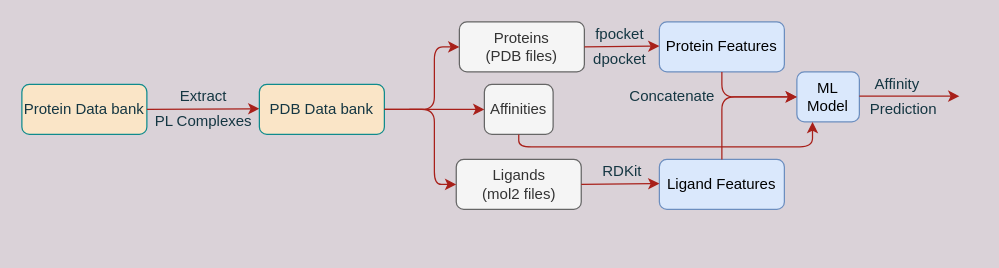
The draw.io diagram MLPipeline.drawio in abduskhazi/PL-Binding-Affinity-Prediction-using-ML, before the edit. Source tidied: cells renumbered, new cells numbered last; positions are measured from the earlier drawing's top-left corner, leaving out a move shared by most shapes. Both pictures are drawn from the tidied source at 125%, with x=0, y=0 at pixel (21, 21).
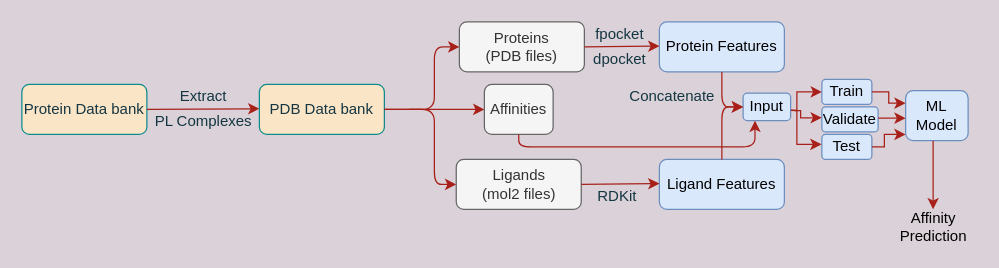
The same page after the edit.

Commit message (it also covers changes not shown here):
Adding train test validate split in project overview.

Change to the diagram source:
```diff
@@
-    <mxCell id="13" value="ML Model" style="rounded=1;whiteSpace=wrap;html=1;fillColor=#dae8fc;strokeColor=#6c8ebf;" parent="1" vertex="1">
-      <mxGeometry x="620" y="40" width="50" height="40" as="geometry" />
+    <mxCell id="13" value="Input" style="rounded=1;whiteSpace=wrap;html=1;fillColor=#dae8fc;strokeColor=#6c8ebf;" parent="1" vertex="1">
+      <mxGeometry x="577" y="57" width="38" height="22" as="geometry" />
     </mxCell>
@@
     <mxCell id="16" value="RDKit" style="text;html=1;align=center;verticalAlign=middle;strokeColor=none;fillColor=none;fontColor=#143642;" parent="1" vertex="1">
-      <mxGeometry x="455" y="110" width="50" height="20" as="geometry" />
+      <mxGeometry x="451" y="130" width="50" height="20" as="geometry" />
     </mxCell>
@@
-    <mxCell id="25" style="edgeStyle=elbowEdgeStyle;elbow=vertical;endArrow=classic;html=1;rounded=1;sketch=0;fontColor=#143642;strokeColor=#A8201A;fillColor=#FAE5C7;curved=0;entryX=0;entryY=0.5;entryDx=0;entryDy=0;exitX=1;exitY=0.5;exitDx=0;exitDy=0;" parent="1" edge="1">
-      <mxGeometry relative="1" as="geometry">
-        <mxPoint x="670" y="59.4" as="sourcePoint" />
-        <mxPoint x="750" y="59.4" as="targetPoint" />
-        <Array as="points">
-          <mxPoint x="700" y="59.4" />
-          <mxPoint x="710" y="59.4" />
-          <mxPoint x="790" y="59.4" />
-        </Array>
-      </mxGeometry>
-    </mxCell>
-    <mxCell id="26" value="Affinity" style="text;html=1;align=center;verticalAlign=middle;strokeColor=none;fillColor=none;fontColor=#143642;" parent="1" vertex="1">
-      <mxGeometry x="675" y="40" width="50" height="20" as="geometry" />
-    </mxCell>
-    <mxCell id="27" value="Prediction" style="text;html=1;align=center;verticalAlign=middle;strokeColor=none;fillColor=none;fontColor=#143642;" parent="1" vertex="1">
-      <mxGeometry x="670" y="60" width="70" height="20" as="geometry" />
-    </mxCell>
+    <mxCell id="28" value="ML Model" style="rounded=1;whiteSpace=wrap;html=1;fillColor=#dae8fc;strokeColor=#6c8ebf;" parent="1" vertex="1">
+      <mxGeometry x="707" y="55" width="50" height="40" as="geometry" />
+    </mxCell>
+    <mxCell id="29" value="Train" style="rounded=1;whiteSpace=wrap;html=1;fillColor=#dae8fc;strokeColor=#6c8ebf;" parent="1" vertex="1">
+      <mxGeometry x="640" y="46" width="40" height="20" as="geometry" />
+    </mxCell>
+    <mxCell id="30" value="Test" style="rounded=1;whiteSpace=wrap;html=1;fillColor=#dae8fc;strokeColor=#6c8ebf;" parent="1" vertex="1">
+      <mxGeometry x="640" y="90" width="40" height="20" as="geometry" />
+    </mxCell>
+    <mxCell id="31" value="Validate" style="rounded=1;whiteSpace=wrap;html=1;fillColor=#dae8fc;strokeColor=#6c8ebf;" parent="1" vertex="1">
+      <mxGeometry x="640" y="68" width="45" height="20" as="geometry" />
+    </mxCell>
+    <mxCell id="32" style="endArrow=classic;html=1;rounded=0;edgeStyle=orthogonalEdgeStyle;entryX=0;entryY=0.5;entryDx=0;entryDy=0;strokeColor=#A8201A;exitX=1.002;exitY=0.631;exitDx=0;exitDy=0;exitPerimeter=0;" parent="1" edge="1" source="13" target="29">
+      <mxGeometry relative="1" as="geometry">
+        <Array as="points">
+          <mxPoint x="620" y="71" />
+          <mxPoint x="620" y="56" />
+        </Array>
+      </mxGeometry>
+    </mxCell>
+    <mxCell id="33" style="endArrow=classic;html=1;rounded=0;edgeStyle=orthogonalEdgeStyle;strokeColor=#A8201A;exitX=1.007;exitY=0.631;exitDx=0;exitDy=0;exitPerimeter=0;entryX=-0.002;entryY=0.435;entryDx=0;entryDy=0;entryPerimeter=0;" parent="1" edge="1" target="31">
+      <mxGeometry relative="1" as="geometry">
+        <mxPoint x="618.3" y="70.9" as="sourcePoint" />
+        <Array as="points">
+          <mxPoint x="623" y="71" />
+          <mxPoint x="623" y="77" />
+        </Array>
+      </mxGeometry>
+    </mxCell>
+    <mxCell id="34" style="endArrow=classic;html=1;rounded=0;edgeStyle=orthogonalEdgeStyle;entryX=-0.008;entryY=0.398;entryDx=0;entryDy=0;strokeColor=#A8201A;entryPerimeter=0;exitX=1.012;exitY=0.622;exitDx=0;exitDy=0;exitPerimeter=0;" parent="1" edge="1" source="13" target="30">
+      <mxGeometry relative="1" as="geometry">
+        <Array as="points">
+          <mxPoint x="620" y="71" />
+          <mxPoint x="620" y="98" />
+        </Array>
+      </mxGeometry>
+    </mxCell>
+    <mxCell id="35" style="endArrow=classic;html=1;rounded=0;strokeColor=#A8201A;edgeStyle=orthogonalEdgeStyle;exitX=1;exitY=0.5;exitDx=0;exitDy=0;entryX=0;entryY=0.25;entryDx=0;entryDy=0;" parent="1" edge="1" source="29" target="28">
+      <mxGeometry relative="1" as="geometry" />
+    </mxCell>
+    <mxCell id="36" style="endArrow=classic;html=1;rounded=0;strokeColor=#A8201A;edgeStyle=orthogonalEdgeStyle;" parent="1" edge="1">
+      <mxGeometry relative="1" as="geometry">
+        <mxPoint x="685" y="77" as="sourcePoint" />
+        <mxPoint x="707" y="77" as="targetPoint" />
+        <Array as="points">
+          <mxPoint x="685" y="77" />
+        </Array>
+      </mxGeometry>
+    </mxCell>
+    <mxCell id="37" style="endArrow=classic;html=1;rounded=0;strokeColor=#A8201A;edgeStyle=orthogonalEdgeStyle;" parent="1" edge="1">
+      <mxGeometry relative="1" as="geometry">
+        <mxPoint x="680" y="100" as="sourcePoint" />
+        <mxPoint x="707" y="90" as="targetPoint" />
+        <Array as="points">
+          <mxPoint x="690" y="100" />
+          <mxPoint x="690" y="90" />
+        </Array>
+      </mxGeometry>
+    </mxCell>
+    <mxCell id="38" style="endArrow=classic;html=1;rounded=0;strokeColor=#A8201A;edgeStyle=orthogonalEdgeStyle;exitX=0.44;exitY=1;exitDx=0;exitDy=0;exitPerimeter=0;" parent="1" edge="1" source="28">
+      <mxGeometry relative="1" as="geometry">
+        <mxPoint x="729" y="150" as="targetPoint" />
+      </mxGeometry>
+    </mxCell>
+    <mxCell id="39" value="Affinity&lt;br&gt;Prediction" style="text;html=1;align=center;verticalAlign=middle;strokeColor=none;fillColor=none;" parent="1" vertex="1">
+      <mxGeometry x="694" y="149" width="70" height="30" as="geometry" />
+    </mxCell>
```
